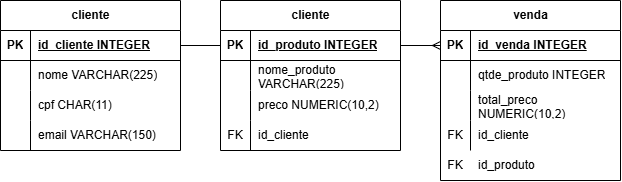
The draw.io diagram assets/img/DER da Neide.drawio.png in pktaldi/html-bolos-da-neide-app, before a commit. Source tidied: cells renumbered, new cells last; positions are measured from the earlier drawing's top-left corner, leaving out a move shared by most shapes. The source it was exported from:
```xml
<mxGraphModel>
  <root>
    <mxCell id="0" />
    <mxCell id="1" parent="0" />
    <mxCell id="2" value="cliente" style="shape=table;startSize=30;rowLines=0;fontStyle=1;align=center;html=1;" parent="1" vertex="1">
      <mxGeometry width="180" height="150" as="geometry" />
    </mxCell>
    <mxCell id="3" style="shape=tableRow;horizontal=0;startSize=0;swimlaneHead=0;swimlaneBody=0;fillColor=none;points=[[0,0.5],[1,0.5]];portConstraint=eastwest;top=0;left=0;right=0;bottom=1;" parent="2" vertex="1">
      <mxGeometry y="30" width="180" height="30" as="geometry" />
    </mxCell>
    <mxCell id="4" value="PK" style="shape=partialRectangle;fillColor=none;top=0;left=0;bottom=0;right=0;fontStyle=1;overflow=hidden;whiteSpace=wrap;html=1;" parent="3" vertex="1">
      <mxGeometry width="30" height="30" as="geometry" />
    </mxCell>
    <mxCell id="5" value="id_cliente INTEGER" style="shape=partialRectangle;fillColor=none;top=0;left=0;bottom=0;right=0;align=left;spacingLeft=6;fontStyle=5;overflow=hidden;whiteSpace=wrap;html=1;" parent="3" vertex="1">
      <mxGeometry x="30" width="150" height="30" as="geometry" />
    </mxCell>
    <mxCell id="6" style="shape=tableRow;horizontal=0;startSize=0;swimlaneHead=0;swimlaneBody=0;fillColor=none;top=0;left=0;right=0;bottom=0;" parent="2" vertex="1">
      <mxGeometry y="60" width="180" height="30" as="geometry" />
    </mxCell>
    <mxCell id="7" style="shape=partialRectangle;fillColor=none;top=0;left=0;bottom=0;right=0;overflow=hidden;whiteSpace=wrap;html=1;" parent="6" vertex="1">
      <mxGeometry width="30" height="30" as="geometry" />
    </mxCell>
    <mxCell id="8" value="nome VARCHAR(225)" style="shape=partialRectangle;fillColor=none;top=0;left=0;bottom=0;right=0;align=left;spacingLeft=6;overflow=hidden;whiteSpace=wrap;html=1;" parent="6" vertex="1">
      <mxGeometry x="30" width="150" height="30" as="geometry" />
    </mxCell>
    <mxCell id="9" style="shape=tableRow;horizontal=0;startSize=0;swimlaneHead=0;swimlaneBody=0;fillColor=none;top=0;left=0;right=0;bottom=0;" parent="2" vertex="1">
      <mxGeometry y="90" width="180" height="30" as="geometry" />
    </mxCell>
    <mxCell id="10" style="shape=partialRectangle;fillColor=none;top=0;left=0;bottom=0;right=0;overflow=hidden;whiteSpace=wrap;html=1;" parent="9" vertex="1">
      <mxGeometry width="30" height="30" as="geometry" />
    </mxCell>
    <mxCell id="11" value="cpf CHAR(11)" style="shape=partialRectangle;fillColor=none;top=0;left=0;bottom=0;right=0;align=left;spacingLeft=6;overflow=hidden;whiteSpace=wrap;html=1;" parent="9" vertex="1">
      <mxGeometry x="30" width="150" height="30" as="geometry" />
    </mxCell>
    <mxCell id="12" style="shape=tableRow;horizontal=0;startSize=0;swimlaneHead=0;swimlaneBody=0;fillColor=none;top=0;left=0;right=0;bottom=0;" parent="2" vertex="1">
      <mxGeometry y="120" width="180" height="30" as="geometry" />
    </mxCell>
    <mxCell id="13" style="shape=partialRectangle;fillColor=none;top=0;left=0;bottom=0;right=0;overflow=hidden;whiteSpace=wrap;html=1;" parent="12" vertex="1">
      <mxGeometry width="30" height="30" as="geometry" />
    </mxCell>
    <mxCell id="14" value="email VARCHAR(150)" style="shape=partialRectangle;fillColor=none;top=0;left=0;bottom=0;right=0;align=left;spacingLeft=6;overflow=hidden;whiteSpace=wrap;html=1;" parent="12" vertex="1">
      <mxGeometry x="30" width="150" height="30" as="geometry" />
    </mxCell>
    <mxCell id="15" value="cliente" style="shape=table;startSize=30;rowLines=0;fontStyle=1;align=center;html=1;" parent="1" vertex="1">
      <mxGeometry x="220" width="180" height="150" as="geometry" />
    </mxCell>
    <mxCell id="16" style="shape=tableRow;horizontal=0;startSize=0;swimlaneHead=0;swimlaneBody=0;fillColor=none;points=[[0,0.5],[1,0.5]];portConstraint=eastwest;top=0;left=0;right=0;bottom=1;" parent="15" vertex="1">
      <mxGeometry y="30" width="180" height="30" as="geometry" />
    </mxCell>
    <mxCell id="17" value="PK" style="shape=partialRectangle;fillColor=none;top=0;left=0;bottom=0;right=0;fontStyle=1;overflow=hidden;whiteSpace=wrap;html=1;" parent="16" vertex="1">
      <mxGeometry width="30" height="30" as="geometry" />
    </mxCell>
    <mxCell id="18" value="id_produto INTEGER" style="shape=partialRectangle;fillColor=none;top=0;left=0;bottom=0;right=0;align=left;spacingLeft=6;fontStyle=5;overflow=hidden;whiteSpace=wrap;html=1;" parent="16" vertex="1">
      <mxGeometry x="30" width="150" height="30" as="geometry" />
    </mxCell>
    <mxCell id="19" style="shape=tableRow;horizontal=0;startSize=0;swimlaneHead=0;swimlaneBody=0;fillColor=none;top=0;left=0;right=0;bottom=0;" parent="15" vertex="1">
      <mxGeometry y="60" width="180" height="30" as="geometry" />
    </mxCell>
    <mxCell id="20" style="shape=partialRectangle;fillColor=none;top=0;left=0;bottom=0;right=0;overflow=hidden;whiteSpace=wrap;html=1;" parent="19" vertex="1">
      <mxGeometry width="30" height="30" as="geometry" />
    </mxCell>
    <mxCell id="21" value="nome_produto VARCHAR(225)" style="shape=partialRectangle;fillColor=none;top=0;left=0;bottom=0;right=0;align=left;spacingLeft=6;overflow=hidden;whiteSpace=wrap;html=1;" parent="19" vertex="1">
      <mxGeometry x="30" width="150" height="30" as="geometry" />
    </mxCell>
    <mxCell id="22" style="shape=tableRow;horizontal=0;startSize=0;swimlaneHead=0;swimlaneBody=0;fillColor=none;top=0;left=0;right=0;bottom=0;" parent="15" vertex="1">
      <mxGeometry y="90" width="180" height="30" as="geometry" />
    </mxCell>
    <mxCell id="23" style="shape=partialRectangle;fillColor=none;top=0;left=0;bottom=0;right=0;overflow=hidden;whiteSpace=wrap;html=1;" parent="22" vertex="1">
      <mxGeometry width="30" height="30" as="geometry" />
    </mxCell>
    <mxCell id="24" value="preco NUMERIC(10,2)" style="shape=partialRectangle;fillColor=none;top=0;left=0;bottom=0;right=0;align=left;spacingLeft=6;overflow=hidden;whiteSpace=wrap;html=1;" parent="22" vertex="1">
      <mxGeometry x="30" width="150" height="30" as="geometry" />
    </mxCell>
    <mxCell id="25" style="shape=tableRow;horizontal=0;startSize=0;swimlaneHead=0;swimlaneBody=0;fillColor=none;top=0;left=0;right=0;bottom=0;" parent="15" vertex="1">
      <mxGeometry y="120" width="180" height="30" as="geometry" />
    </mxCell>
    <mxCell id="26" value="FK" style="shape=partialRectangle;fillColor=none;top=0;left=0;bottom=0;right=0;overflow=hidden;whiteSpace=wrap;html=1;" parent="25" vertex="1">
      <mxGeometry width="30" height="30" as="geometry" />
    </mxCell>
    <mxCell id="27" value="id_cliente" style="shape=partialRectangle;fillColor=none;top=0;left=0;bottom=0;right=0;align=left;spacingLeft=6;overflow=hidden;whiteSpace=wrap;html=1;" parent="25" vertex="1">
      <mxGeometry x="30" width="150" height="30" as="geometry" />
    </mxCell>
    <mxCell id="28" value="venda" style="shape=table;startSize=30;rowLines=0;fontStyle=1;align=center;html=1;" parent="1" vertex="1">
      <mxGeometry x="440" width="180" height="180" as="geometry" />
    </mxCell>
    <mxCell id="29" style="shape=tableRow;horizontal=0;startSize=0;swimlaneHead=0;swimlaneBody=0;fillColor=none;points=[[0,0.5],[1,0.5]];portConstraint=eastwest;top=0;left=0;right=0;bottom=1;" parent="28" vertex="1">
      <mxGeometry y="30" width="180" height="30" as="geometry" />
    </mxCell>
    <mxCell id="30" value="PK" style="shape=partialRectangle;fillColor=none;top=0;left=0;bottom=0;right=0;fontStyle=1;overflow=hidden;whiteSpace=wrap;html=1;" parent="29" vertex="1">
      <mxGeometry width="30" height="30" as="geometry" />
    </mxCell>
    <mxCell id="31" value="id_venda INTEGER" style="shape=partialRectangle;fillColor=none;top=0;left=0;bottom=0;right=0;align=left;spacingLeft=6;fontStyle=5;overflow=hidden;whiteSpace=wrap;html=1;" parent="29" vertex="1">
      <mxGeometry x="30" width="150" height="30" as="geometry" />
    </mxCell>
    <mxCell id="32" style="shape=tableRow;horizontal=0;startSize=0;swimlaneHead=0;swimlaneBody=0;fillColor=none;top=0;left=0;right=0;bottom=0;" parent="28" vertex="1">
      <mxGeometry y="60" width="180" height="30" as="geometry" />
    </mxCell>
    <mxCell id="33" style="shape=partialRectangle;fillColor=none;top=0;left=0;bottom=0;right=0;overflow=hidden;whiteSpace=wrap;html=1;" parent="32" vertex="1">
      <mxGeometry width="30" height="30" as="geometry" />
    </mxCell>
    <mxCell id="34" value="qtde_produto INTEGER" style="shape=partialRectangle;fillColor=none;top=0;left=0;bottom=0;right=0;align=left;spacingLeft=6;overflow=hidden;whiteSpace=wrap;html=1;" parent="32" vertex="1">
      <mxGeometry x="30" width="150" height="30" as="geometry" />
    </mxCell>
    <mxCell id="35" style="shape=tableRow;horizontal=0;startSize=0;swimlaneHead=0;swimlaneBody=0;fillColor=none;top=0;left=0;right=0;bottom=0;" parent="28" vertex="1">
      <mxGeometry y="90" width="180" height="30" as="geometry" />
    </mxCell>
    <mxCell id="36" style="shape=partialRectangle;fillColor=none;top=0;left=0;bottom=0;right=0;overflow=hidden;whiteSpace=wrap;html=1;" parent="35" vertex="1">
      <mxGeometry width="30" height="30" as="geometry" />
    </mxCell>
    <mxCell id="37" value="total_preco NUMERIC(10,2)" style="shape=partialRectangle;fillColor=none;top=0;left=0;bottom=0;right=0;align=left;spacingLeft=6;overflow=hidden;whiteSpace=wrap;html=1;" parent="35" vertex="1">
      <mxGeometry x="30" width="150" height="30" as="geometry" />
    </mxCell>
    <mxCell id="38" style="shape=tableRow;horizontal=0;startSize=0;swimlaneHead=0;swimlaneBody=0;fillColor=none;top=0;left=0;right=0;bottom=0;" parent="28" vertex="1">
      <mxGeometry y="120" width="180" height="30" as="geometry" />
    </mxCell>
    <mxCell id="39" value="FK" style="shape=partialRectangle;fillColor=none;top=0;left=0;bottom=0;right=0;overflow=hidden;whiteSpace=wrap;html=1;" parent="38" vertex="1">
      <mxGeometry width="30" height="30" as="geometry" />
    </mxCell>
    <mxCell id="40" value="id_cliente" style="shape=partialRectangle;fillColor=none;top=0;left=0;bottom=0;right=0;align=left;spacingLeft=6;overflow=hidden;whiteSpace=wrap;html=1;" parent="38" vertex="1">
      <mxGeometry x="30" width="150" height="30" as="geometry" />
    </mxCell>
    <mxCell id="41" value="FK" style="shape=partialRectangle;fillColor=none;top=0;left=0;bottom=0;right=0;overflow=hidden;whiteSpace=wrap;html=1;" parent="1" vertex="1">
      <mxGeometry x="440" y="150" width="30" height="30" as="geometry" />
    </mxCell>
    <mxCell id="42" value="id_produto" style="shape=partialRectangle;fillColor=none;top=0;left=0;bottom=0;right=0;align=left;spacingLeft=6;overflow=hidden;whiteSpace=wrap;html=1;" parent="1" vertex="1">
      <mxGeometry x="470" y="150" width="150" height="30" as="geometry" />
    </mxCell>
    <mxCell id="43" style="endArrow=none;html=1;rounded=0;defaultLabelBackgroundColor=gap;exitX=1;exitY=0.5;exitDx=0;exitDy=0;entryX=0;entryY=0.5;entryDx=0;entryDy=0;" parent="1" edge="1" source="3" target="16">
      <mxGeometry relative="1" as="geometry" />
    </mxCell>
    <mxCell id="44" style="edgeStyle=entityRelationEdgeStyle;fontSize=12;html=1;endArrow=ERmany;rounded=0;defaultLabelBackgroundColor=gap;exitX=1;exitY=0.5;exitDx=0;exitDy=0;entryX=0;entryY=0.5;entryDx=0;entryDy=0;" parent="1" edge="1" source="16" target="29">
      <mxGeometry relative="1" as="geometry" />
    </mxCell>
  </root>
</mxGraphModel>
```
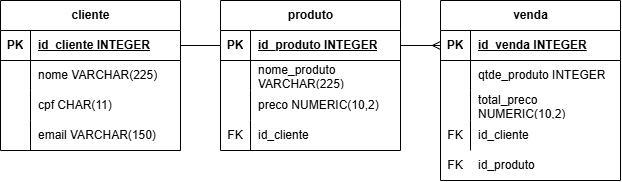
After the commit.

What changed in the source:
```diff
@@ -41,7 +41,7 @@
     <mxCell id="14" value="email VARCHAR(150)" style="shape=partialRectangle;fillColor=none;top=0;left=0;bottom=0;right=0;align=left;spacingLeft=6;overflow=hidden;whiteSpace=wrap;html=1;" parent="12" vertex="1">
       <mxGeometry x="30" width="150" height="30" as="geometry" />
     </mxCell>
-    <mxCell id="15" value="cliente" style="shape=table;startSize=30;rowLines=0;fontStyle=1;align=center;html=1;" parent="1" vertex="1">
+    <mxCell id="15" value="produto" style="shape=table;startSize=30;rowLines=0;fontStyle=1;align=center;html=1;" parent="1" vertex="1">
       <mxGeometry x="220" width="180" height="150" as="geometry" />
     </mxCell>
     <mxCell id="16" style="shape=tableRow;horizontal=0;startSize=0;swimlaneHead=0;swimlaneBody=0;fillColor=none;points=[[0,0.5],[1,0.5]];portConstraint=eastwest;top=0;left=0;right=0;bottom=1;" parent="15" vertex="1">
```
